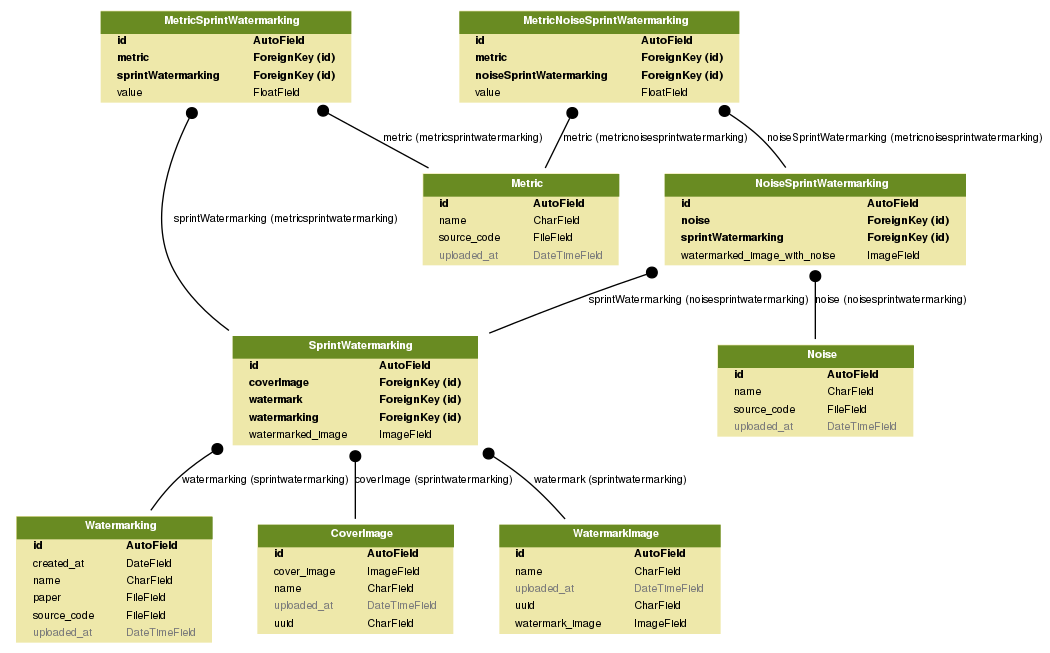
Above: models.png in eadomenech/benchmark (Graphviz), before the change. Its source is kept beside it as models.dot. Source of this version:
```dot
digraph model_graph {

  fontname = "Helvetica"
  fontsize = 8
  splines  = true

  node [
    fontname = "Helvetica"
    fontsize = 8
    shape = "plaintext"
  ]

  edge [
    fontname = "Helvetica"
    fontsize = 8
  ]



  watermarking_models_Watermarking [label=<
    <TABLE BGCOLOR="palegoldenrod" BORDER="0" CELLBORDER="0" CELLSPACING="0">
    <TR><TD COLSPAN="2" CELLPADDING="4" ALIGN="CENTER" BGCOLOR="olivedrab4">
    <FONT FACE="Helvetica Bold" COLOR="white">
    Watermarking
    </FONT></TD></TR>


    <TR><TD ALIGN="LEFT" BORDER="0">
    <FONT FACE="Helvetica Bold">id</FONT>
    </TD><TD ALIGN="LEFT">
    <FONT FACE="Helvetica Bold">AutoField</FONT>
    </TD></TR>



    <TR><TD ALIGN="LEFT" BORDER="0">
    <FONT FACE="Helvetica ">created_at</FONT>
    </TD><TD ALIGN="LEFT">
    <FONT FACE="Helvetica ">DateField</FONT>
    </TD></TR>



    <TR><TD ALIGN="LEFT" BORDER="0">
    <FONT FACE="Helvetica ">name</FONT>
    </TD><TD ALIGN="LEFT">
    <FONT FACE="Helvetica ">CharField</FONT>
    </TD></TR>



    <TR><TD ALIGN="LEFT" BORDER="0">
    <FONT FACE="Helvetica ">paper</FONT>
    </TD><TD ALIGN="LEFT">
    <FONT FACE="Helvetica ">FileField</FONT>
    </TD></TR>



    <TR><TD ALIGN="LEFT" BORDER="0">
    <FONT FACE="Helvetica ">source_code</FONT>
    </TD><TD ALIGN="LEFT">
    <FONT FACE="Helvetica ">FileField</FONT>
    </TD></TR>



    <TR><TD ALIGN="LEFT" BORDER="0">
    <FONT COLOR="#7B7B7B" FACE="Helvetica ">uploaded_at</FONT>
    </TD><TD ALIGN="LEFT">
    <FONT COLOR="#7B7B7B" FACE="Helvetica ">DateTimeField</FONT>
    </TD></TR>


    </TABLE>
    >]

  watermarking_models_CoverImage [label=<
    <TABLE BGCOLOR="palegoldenrod" BORDER="0" CELLBORDER="0" CELLSPACING="0">
    <TR><TD COLSPAN="2" CELLPADDING="4" ALIGN="CENTER" BGCOLOR="olivedrab4">
    <FONT FACE="Helvetica Bold" COLOR="white">
    CoverImage
    </FONT></TD></TR>


    <TR><TD ALIGN="LEFT" BORDER="0">
    <FONT FACE="Helvetica Bold">id</FONT>
    </TD><TD ALIGN="LEFT">
    <FONT FACE="Helvetica Bold">AutoField</FONT>
    </TD></TR>



    <TR><TD ALIGN="LEFT" BORDER="0">
    <FONT FACE="Helvetica ">cover_image</FONT>
    </TD><TD ALIGN="LEFT">
    <FONT FACE="Helvetica ">ImageField</FONT>
    </TD></TR>



    <TR><TD ALIGN="LEFT" BORDER="0">
    <FONT FACE="Helvetica ">name</FONT>
    </TD><TD ALIGN="LEFT">
    <FONT FACE="Helvetica ">CharField</FONT>
    </TD></TR>



    <TR><TD ALIGN="LEFT" BORDER="0">
    <FONT COLOR="#7B7B7B" FACE="Helvetica ">uploaded_at</FONT>
    </TD><TD ALIGN="LEFT">
    <FONT COLOR="#7B7B7B" FACE="Helvetica ">DateTimeField</FONT>
    </TD></TR>



    <TR><TD ALIGN="LEFT" BORDER="0">
    <FONT FACE="Helvetica ">uuid</FONT>
    </TD><TD ALIGN="LEFT">
    <FONT FACE="Helvetica ">CharField</FONT>
    </TD></TR>


    </TABLE>
    >]

  watermarking_models_WatermarkImage [label=<
    <TABLE BGCOLOR="palegoldenrod" BORDER="0" CELLBORDER="0" CELLSPACING="0">
    <TR><TD COLSPAN="2" CELLPADDING="4" ALIGN="CENTER" BGCOLOR="olivedrab4">
    <FONT FACE="Helvetica Bold" COLOR="white">
    WatermarkImage
    </FONT></TD></TR>


    <TR><TD ALIGN="LEFT" BORDER="0">
    <FONT FACE="Helvetica Bold">id</FONT>
    </TD><TD ALIGN="LEFT">
    <FONT FACE="Helvetica Bold">AutoField</FONT>
    </TD></TR>



    <TR><TD ALIGN="LEFT" BORDER="0">
    <FONT FACE="Helvetica ">name</FONT>
    </TD><TD ALIGN="LEFT">
    <FONT FACE="Helvetica ">CharField</FONT>
    </TD></TR>



    <TR><TD ALIGN="LEFT" BORDER="0">
    <FONT COLOR="#7B7B7B" FACE="Helvetica ">uploaded_at</FONT>
    </TD><TD ALIGN="LEFT">
    <FONT COLOR="#7B7B7B" FACE="Helvetica ">DateTimeField</FONT>
    </TD></TR>



    <TR><TD ALIGN="LEFT" BORDER="0">
    <FONT FACE="Helvetica ">uuid</FONT>
    </TD><TD ALIGN="LEFT">
    <FONT FACE="Helvetica ">CharField</FONT>
    </TD></TR>



    <TR><TD ALIGN="LEFT" BORDER="0">
    <FONT FACE="Helvetica ">watermark_image</FONT>
    </TD><TD ALIGN="LEFT">
    <FONT FACE="Helvetica ">ImageField</FONT>
    </TD></TR>


    </TABLE>
    >]

  watermarking_models_Noise [label=<
    <TABLE BGCOLOR="palegoldenrod" BORDER="0" CELLBORDER="0" CELLSPACING="0">
    <TR><TD COLSPAN="2" CELLPADDING="4" ALIGN="CENTER" BGCOLOR="olivedrab4">
    <FONT FACE="Helvetica Bold" COLOR="white">
    Noise
    </FONT></TD></TR>


    <TR><TD ALIGN="LEFT" BORDER="0">
    <FONT FACE="Helvetica Bold">id</FONT>
    </TD><TD ALIGN="LEFT">
    <FONT FACE="Helvetica Bold">AutoField</FONT>
    </TD></TR>



    <TR><TD ALIGN="LEFT" BORDER="0">
    <FONT FACE="Helvetica ">name</FONT>
    </TD><TD ALIGN="LEFT">
    <FONT FACE="Helvetica ">CharField</FONT>
    </TD></TR>



    <TR><TD ALIGN="LEFT" BORDER="0">
    <FONT FACE="Helvetica ">source_code</FONT>
    </TD><TD ALIGN="LEFT">
    <FONT FACE="Helvetica ">FileField</FONT>
    </TD></TR>



    <TR><TD ALIGN="LEFT" BORDER="0">
    <FONT COLOR="#7B7B7B" FACE="Helvetica ">uploaded_at</FONT>
    </TD><TD ALIGN="LEFT">
    <FONT COLOR="#7B7B7B" FACE="Helvetica ">DateTimeField</FONT>
    </TD></TR>


    </TABLE>
    >]

  watermarking_models_Metric [label=<
    <TABLE BGCOLOR="palegoldenrod" BORDER="0" CELLBORDER="0" CELLSPACING="0">
    <TR><TD COLSPAN="2" CELLPADDING="4" ALIGN="CENTER" BGCOLOR="olivedrab4">
    <FONT FACE="Helvetica Bold" COLOR="white">
    Metric
    </FONT></TD></TR>


    <TR><TD ALIGN="LEFT" BORDER="0">
    <FONT FACE="Helvetica Bold">id</FONT>
    </TD><TD ALIGN="LEFT">
    <FONT FACE="Helvetica Bold">AutoField</FONT>
    </TD></TR>



    <TR><TD ALIGN="LEFT" BORDER="0">
    <FONT FACE="Helvetica ">name</FONT>
    </TD><TD ALIGN="LEFT">
    <FONT FACE="Helvetica ">CharField</FONT>
    </TD></TR>



    <TR><TD ALIGN="LEFT" BORDER="0">
    <FONT FACE="Helvetica ">source_code</FONT>
    </TD><TD ALIGN="LEFT">
    <FONT FACE="Helvetica ">FileField</FONT>
    </TD></TR>



    <TR><TD ALIGN="LEFT" BORDER="0">
    <FONT COLOR="#7B7B7B" FACE="Helvetica ">uploaded_at</FONT>
    </TD><TD ALIGN="LEFT">
    <FONT COLOR="#7B7B7B" FACE="Helvetica ">DateTimeField</FONT>
    </TD></TR>


    </TABLE>
    >]

  watermarking_models_SprintWatermarking [label=<
    <TABLE BGCOLOR="palegoldenrod" BORDER="0" CELLBORDER="0" CELLSPACING="0">
    <TR><TD COLSPAN="2" CELLPADDING="4" ALIGN="CENTER" BGCOLOR="olivedrab4">
    <FONT FACE="Helvetica Bold" COLOR="white">
    SprintWatermarking
    </FONT></TD></TR>


    <TR><TD ALIGN="LEFT" BORDER="0">
    <FONT FACE="Helvetica Bold">id</FONT>
    </TD><TD ALIGN="LEFT">
    <FONT FACE="Helvetica Bold">AutoField</FONT>
    </TD></TR>



    <TR><TD ALIGN="LEFT" BORDER="0">
    <FONT FACE="Helvetica Bold">coverImage</FONT>
    </TD><TD ALIGN="LEFT">
    <FONT FACE="Helvetica Bold">ForeignKey (id)</FONT>
    </TD></TR>



    <TR><TD ALIGN="LEFT" BORDER="0">
    <FONT FACE="Helvetica Bold">watermark</FONT>
    </TD><TD ALIGN="LEFT">
    <FONT FACE="Helvetica Bold">ForeignKey (id)</FONT>
    </TD></TR>



    <TR><TD ALIGN="LEFT" BORDER="0">
    <FONT FACE="Helvetica Bold">watermarking</FONT>
    </TD><TD ALIGN="LEFT">
    <FONT FACE="Helvetica Bold">ForeignKey (id)</FONT>
    </TD></TR>



    <TR><TD ALIGN="LEFT" BORDER="0">
    <FONT FACE="Helvetica ">watermarked_image</FONT>
    </TD><TD ALIGN="LEFT">
    <FONT FACE="Helvetica ">ImageField</FONT>
    </TD></TR>


    </TABLE>
    >]

  watermarking_models_MetricSprintWatermarking [label=<
    <TABLE BGCOLOR="palegoldenrod" BORDER="0" CELLBORDER="0" CELLSPACING="0">
    <TR><TD COLSPAN="2" CELLPADDING="4" ALIGN="CENTER" BGCOLOR="olivedrab4">
    <FONT FACE="Helvetica Bold" COLOR="white">
    MetricSprintWatermarking
    </FONT></TD></TR>


    <TR><TD ALIGN="LEFT" BORDER="0">
    <FONT FACE="Helvetica Bold">id</FONT>
    </TD><TD ALIGN="LEFT">
    <FONT FACE="Helvetica Bold">AutoField</FONT>
    </TD></TR>



    <TR><TD ALIGN="LEFT" BORDER="0">
    <FONT FACE="Helvetica Bold">metric</FONT>
    </TD><TD ALIGN="LEFT">
    <FONT FACE="Helvetica Bold">ForeignKey (id)</FONT>
    </TD></TR>



    <TR><TD ALIGN="LEFT" BORDER="0">
    <FONT FACE="Helvetica Bold">sprintWatermarking</FONT>
    </TD><TD ALIGN="LEFT">
    <FONT FACE="Helvetica Bold">ForeignKey (id)</FONT>
    </TD></TR>



    <TR><TD ALIGN="LEFT" BORDER="0">
    <FONT FACE="Helvetica ">value</FONT>
    </TD><TD ALIGN="LEFT">
    <FONT FACE="Helvetica ">FloatField</FONT>
    </TD></TR>


    </TABLE>
    >]

  watermarking_models_NoiseSprintWatermarking [label=<
    <TABLE BGCOLOR="palegoldenrod" BORDER="0" CELLBORDER="0" CELLSPACING="0">
    <TR><TD COLSPAN="2" CELLPADDING="4" ALIGN="CENTER" BGCOLOR="olivedrab4">
    <FONT FACE="Helvetica Bold" COLOR="white">
    NoiseSprintWatermarking
    </FONT></TD></TR>


    <TR><TD ALIGN="LEFT" BORDER="0">
    <FONT FACE="Helvetica Bold">id</FONT>
    </TD><TD ALIGN="LEFT">
    <FONT FACE="Helvetica Bold">AutoField</FONT>
    </TD></TR>



    <TR><TD ALIGN="LEFT" BORDER="0">
    <FONT FACE="Helvetica Bold">noise</FONT>
    </TD><TD ALIGN="LEFT">
    <FONT FACE="Helvetica Bold">ForeignKey (id)</FONT>
    </TD></TR>



    <TR><TD ALIGN="LEFT" BORDER="0">
    <FONT FACE="Helvetica Bold">sprintWatermarking</FONT>
    </TD><TD ALIGN="LEFT">
    <FONT FACE="Helvetica Bold">ForeignKey (id)</FONT>
    </TD></TR>



    <TR><TD ALIGN="LEFT" BORDER="0">
    <FONT FACE="Helvetica ">watermarked_image_with_noise</FONT>
    </TD><TD ALIGN="LEFT">
    <FONT FACE="Helvetica ">ImageField</FONT>
    </TD></TR>


    </TABLE>
    >]

  watermarking_models_MetricNoiseSprintWatermarking [label=<
    <TABLE BGCOLOR="palegoldenrod" BORDER="0" CELLBORDER="0" CELLSPACING="0">
    <TR><TD COLSPAN="2" CELLPADDING="4" ALIGN="CENTER" BGCOLOR="olivedrab4">
    <FONT FACE="Helvetica Bold" COLOR="white">
    MetricNoiseSprintWatermarking
    </FONT></TD></TR>


    <TR><TD ALIGN="LEFT" BORDER="0">
    <FONT FACE="Helvetica Bold">id</FONT>
    </TD><TD ALIGN="LEFT">
    <FONT FACE="Helvetica Bold">AutoField</FONT>
    </TD></TR>



    <TR><TD ALIGN="LEFT" BORDER="0">
    <FONT FACE="Helvetica Bold">metric</FONT>
    </TD><TD ALIGN="LEFT">
    <FONT FACE="Helvetica Bold">ForeignKey (id)</FONT>
    </TD></TR>



    <TR><TD ALIGN="LEFT" BORDER="0">
    <FONT FACE="Helvetica Bold">noiseSprintWatermarking</FONT>
    </TD><TD ALIGN="LEFT">
    <FONT FACE="Helvetica Bold">ForeignKey (id)</FONT>
    </TD></TR>



    <TR><TD ALIGN="LEFT" BORDER="0">
    <FONT FACE="Helvetica ">value</FONT>
    </TD><TD ALIGN="LEFT">
    <FONT FACE="Helvetica ">FloatField</FONT>
    </TD></TR>


    </TABLE>
    >]





  watermarking_models_SprintWatermarking -> watermarking_models_Watermarking
  [label="watermarking (sprintwatermarking)"] [arrowhead=none, arrowtail=dot, dir=both];

  watermarking_models_SprintWatermarking -> watermarking_models_CoverImage
  [label="coverImage (sprintwatermarking)"] [arrowhead=none, arrowtail=dot, dir=both];

  watermarking_models_SprintWatermarking -> watermarking_models_WatermarkImage
  [label="watermark (sprintwatermarking)"] [arrowhead=none, arrowtail=dot, dir=both];

  watermarking_models_MetricSprintWatermarking -> watermarking_models_Metric
  [label="metric (metricsprintwatermarking)"] [arrowhead=none, arrowtail=dot, dir=both];

  watermarking_models_MetricSprintWatermarking -> watermarking_models_SprintWatermarking
  [label="sprintWatermarking (metricsprintwatermarking)"] [arrowhead=none, arrowtail=dot, dir=both];

  watermarking_models_NoiseSprintWatermarking -> watermarking_models_Noise
  [label="noise (noisesprintwatermarking)"] [arrowhead=none, arrowtail=dot, dir=both];

  watermarking_models_NoiseSprintWatermarking -> watermarking_models_SprintWatermarking
  [label="sprintWatermarking (noisesprintwatermarking)"] [arrowhead=none, arrowtail=dot, dir=both];

  watermarking_models_MetricNoiseSprintWatermarking -> watermarking_models_Metric
  [label="metric (metricnoisesprintwatermarking)"] [arrowhead=none, arrowtail=dot, dir=both];

  watermarking_models_MetricNoiseSprintWatermarking -> watermarking_models_NoiseSprintWatermarking
  [label="noiseSprintWatermarking (metricnoisesprintwatermarking)"] [arrowhead=none, arrowtail=dot, dir=both];


}
```
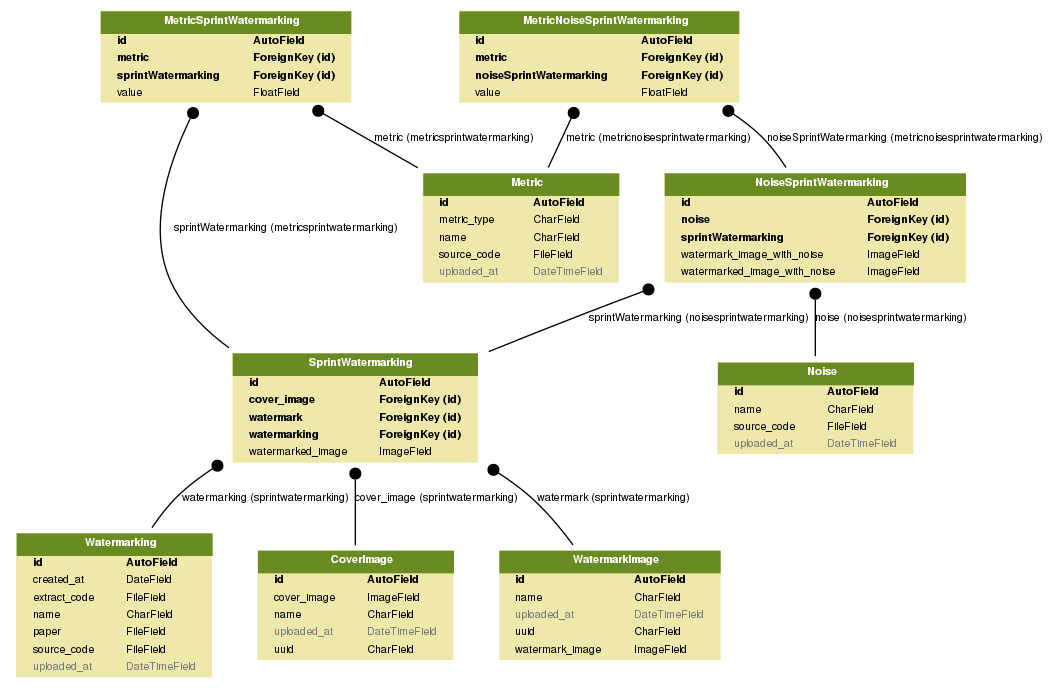
After the commit.

Commit message:
Actualizando png de modelos

The edit, as a diff of the source:
```diff
@@ -37,6 +37,14 @@
     <FONT FACE="Helvetica ">created_at</FONT>
     </TD><TD ALIGN="LEFT">
     <FONT FACE="Helvetica ">DateField</FONT>
+    </TD></TR>
+
+
+
+    <TR><TD ALIGN="LEFT" BORDER="0">
+    <FONT FACE="Helvetica ">extract_code</FONT>
+    </TD><TD ALIGN="LEFT">
+    <FONT FACE="Helvetica ">FileField</FONT>
     </TD></TR>
 
 
@@ -234,6 +242,14 @@
 
 
     <TR><TD ALIGN="LEFT" BORDER="0">
+    <FONT FACE="Helvetica ">metric_type</FONT>
+    </TD><TD ALIGN="LEFT">
+    <FONT FACE="Helvetica ">CharField</FONT>
+    </TD></TR>
+
+
+
+    <TR><TD ALIGN="LEFT" BORDER="0">
     <FONT FACE="Helvetica ">name</FONT>
     </TD><TD ALIGN="LEFT">
     <FONT FACE="Helvetica ">CharField</FONT>
@@ -276,7 +292,7 @@
 
 
     <TR><TD ALIGN="LEFT" BORDER="0">
-    <FONT FACE="Helvetica Bold">coverImage</FONT>
+    <FONT FACE="Helvetica Bold">cover_image</FONT>
     </TD><TD ALIGN="LEFT">
     <FONT FACE="Helvetica Bold">ForeignKey (id)</FONT>
     </TD></TR>
@@ -384,6 +400,14 @@
 
 
     <TR><TD ALIGN="LEFT" BORDER="0">
+    <FONT FACE="Helvetica ">watermark_image_with_noise</FONT>
+    </TD><TD ALIGN="LEFT">
+    <FONT FACE="Helvetica ">ImageField</FONT>
+    </TD></TR>
+
+
+
+    <TR><TD ALIGN="LEFT" BORDER="0">
     <FONT FACE="Helvetica ">watermarked_image_with_noise</FONT>
     </TD><TD ALIGN="LEFT">
     <FONT FACE="Helvetica ">ImageField</FONT>
@@ -443,7 +467,7 @@
   [label="watermarking (sprintwatermarking)"] [arrowhead=none, arrowtail=dot, dir=both];
 
   watermarking_models_SprintWatermarking -> watermarking_models_CoverImage
-  [label="coverImage (sprintwatermarking)"] [arrowhead=none, arrowtail=dot, dir=both];
+  [label="cover_image (sprintwatermarking)"] [arrowhead=none, arrowtail=dot, dir=both];
 
   watermarking_models_SprintWatermarking -> watermarking_models_WatermarkImage
   [label="watermark (sprintwatermarking)"] [arrowhead=none, arrowtail=dot, dir=both];
```
